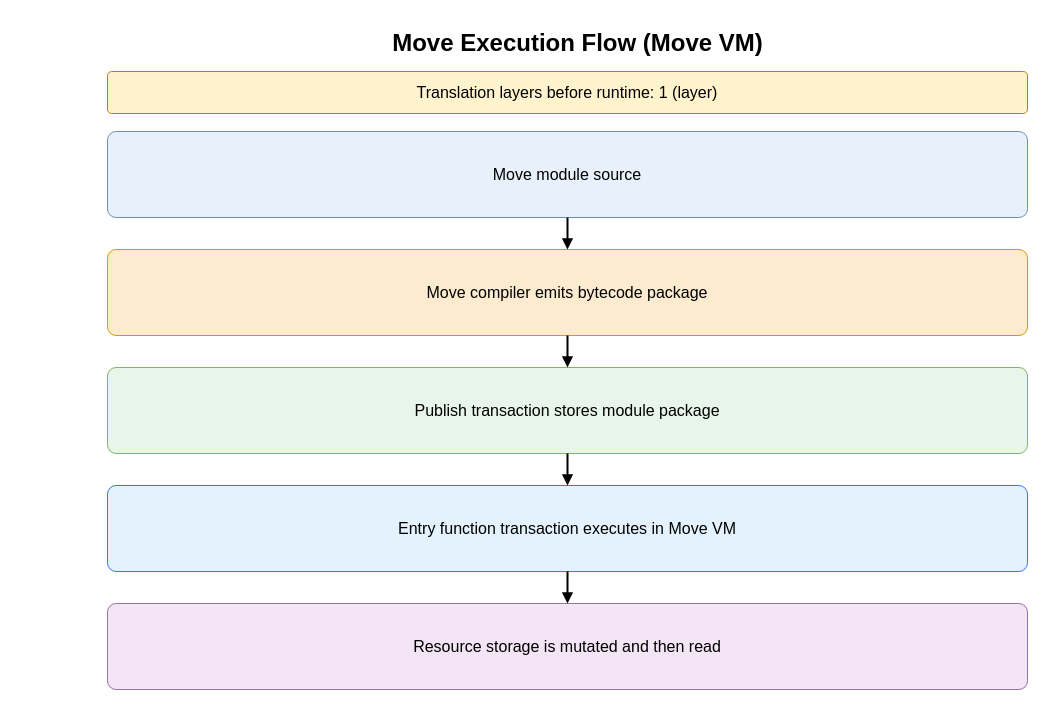
Above: assets/contracting_flows/move_flow.drawio in Endogen/xian-tech-website (draw.io), before the change. Source tidied: cells renumbered, new cells numbered last; positions are measured from the earlier drawing's top-left corner, leaving out a move shared by most shapes. Both pictures are drawn from the tidied source at 100%, with x=0, y=0 at pixel (107, 25).
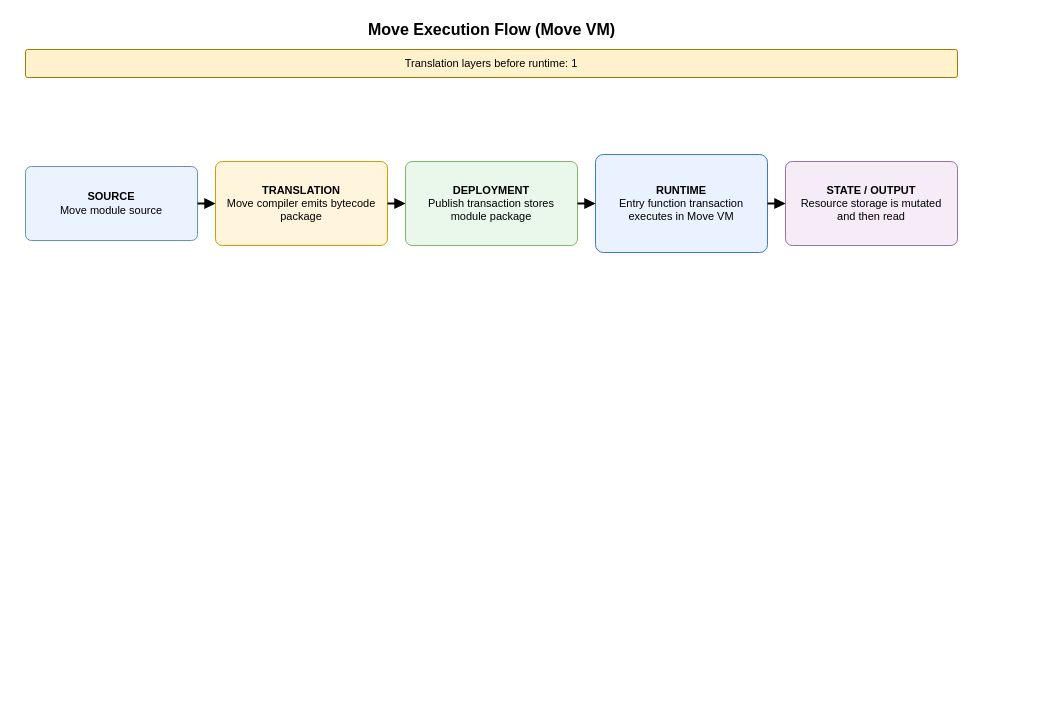
The same page after the edit.

Diff of the diagram source:
```diff
@@
 <mxGraphModel>
   <root>
     <mxCell id="0" />
     <mxCell id="1" parent="0" />
-    <mxCell id="2" value="Move Execution Flow (Move VM)" style="text;html=1;strokeColor=none;fillColor=none;align=center;verticalAlign=middle;fontSize=24;fontStyle=1;" parent="1" vertex="1">
-      <mxGeometry x="40" width="860" height="36" as="geometry" />
+    <mxCell id="2" value="Move Execution Flow (Move VM)" style="text;html=1;strokeColor=none;fillColor=none;align=center;verticalAlign=middle;fontSize=16;fontStyle=1;" parent="1" vertex="1">
+      <mxGeometry x="-90" y="-8" width="948" height="24" as="geometry" />
     </mxCell>
-    <mxCell id="3" value="Translation layers before runtime: 1 (layer)" style="rounded=1;whiteSpace=wrap;html=1;arcSize=10;fillColor=#FFF3CD;strokeColor=#B38600;fontSize=16;" parent="1" vertex="1">
-      <mxGeometry y="46" width="920" height="42" as="geometry" />
+    <mxCell id="3" value="Translation layers before runtime: 1" style="rounded=1;whiteSpace=wrap;html=1;arcSize=8;fillColor=#FFF2CC;strokeColor=#A97700;fontSize=11;align=center;verticalAlign=middle;" parent="1" vertex="1">
+      <mxGeometry x="-82" y="24" width="932" height="28" as="geometry" />
     </mxCell>
-    <mxCell id="4" value="Move module source" style="rounded=1;whiteSpace=wrap;html=1;arcSize=10;fillColor=#E8F1FB;strokeColor=#6C8EBF;fontSize=16;fontStyle=0;" parent="1" vertex="1">
-      <mxGeometry y="106" width="920" height="86" as="geometry" />
-    </mxCell>
-    <mxCell id="5" value="Move compiler emits bytecode package" style="rounded=1;whiteSpace=wrap;html=1;arcSize=10;fillColor=#FDEBD0;strokeColor=#D79B00;fontSize=16;fontStyle=0;" parent="1" vertex="1">
-      <mxGeometry y="224" width="920" height="86" as="geometry" />
-    </mxCell>
-    <mxCell id="6" value="Publish transaction stores module package" style="rounded=1;whiteSpace=wrap;html=1;arcSize=10;fillColor=#E8F5E9;strokeColor=#82B366;fontSize=16;fontStyle=0;" parent="1" vertex="1">
-      <mxGeometry y="342" width="920" height="86" as="geometry" />
-    </mxCell>
-    <mxCell id="7" value="Entry function transaction executes in Move VM" style="rounded=1;whiteSpace=wrap;html=1;arcSize=10;fillColor=#E3F2FD;strokeColor=#3C78D8;fontSize=16;fontStyle=0;" parent="1" vertex="1">
-      <mxGeometry y="460" width="920" height="86" as="geometry" />
-    </mxCell>
-    <mxCell id="8" value="Resource storage is mutated and then read" style="rounded=1;whiteSpace=wrap;html=1;arcSize=10;fillColor=#F3E5F5;strokeColor=#9673A6;fontSize=16;fontStyle=0;" parent="1" vertex="1">
-      <mxGeometry y="578" width="920" height="86" as="geometry" />
-    </mxCell>
+    <mxCell id="13" value="&lt;b&gt;SOURCE&lt;/b&gt;&lt;br&gt;Move module source" style="rounded=1;whiteSpace=wrap;html=1;arcSize=8;fillColor=#EAF3FF;strokeColor=#6C8EBF;fontSize=11;align=center;verticalAlign=middle;spacing=6;" parent="1" vertex="1">
+      <mxGeometry x="-82" y="141" width="172" height="74" as="geometry" />
+    </mxCell>
+    <mxCell id="14" value="&lt;b&gt;TRANSLATION&lt;/b&gt;&lt;br&gt;Move compiler emits bytecode package" style="rounded=1;whiteSpace=wrap;html=1;arcSize=8;fillColor=#FFF4DC;strokeColor=#D79B00;fontSize=11;align=center;verticalAlign=middle;spacing=6;" parent="1" vertex="1">
+      <mxGeometry x="108" y="136" width="172" height="84" as="geometry" />
+    </mxCell>
+    <mxCell id="15" value="&lt;b&gt;DEPLOYMENT&lt;/b&gt;&lt;br&gt;Publish transaction stores module package" style="rounded=1;whiteSpace=wrap;html=1;arcSize=8;fillColor=#EAF8EC;strokeColor=#82B366;fontSize=11;align=center;verticalAlign=middle;spacing=6;" parent="1" vertex="1">
+      <mxGeometry x="298" y="136" width="172" height="84" as="geometry" />
+    </mxCell>
+    <mxCell id="16" value="&lt;b&gt;RUNTIME&lt;/b&gt;&lt;br&gt;Entry function transaction executes in Move VM" style="rounded=1;whiteSpace=wrap;html=1;arcSize=8;fillColor=#EAF1FF;strokeColor=#3C78D8;fontSize=11;align=center;verticalAlign=middle;spacing=6;" parent="1" vertex="1">
+      <mxGeometry x="488" y="129" width="172" height="98" as="geometry" />
+    </mxCell>
+    <mxCell id="17" value="&lt;b&gt;STATE / OUTPUT&lt;/b&gt;&lt;br&gt;Resource storage is mutated and then read" style="rounded=1;whiteSpace=wrap;html=1;arcSize=8;fillColor=#F5ECF8;strokeColor=#9673A6;fontSize=11;align=center;verticalAlign=middle;spacing=6;" parent="1" vertex="1">
+      <mxGeometry x="678" y="136" width="172" height="84" as="geometry" />
+    </mxCell>
-    <mxCell id="9" style="endArrow=block;endFill=1;html=1;rounded=0;strokeWidth=2;edgeStyle=orthogonalEdgeStyle;jettySize=auto;" parent="1" edge="1" source="4" target="5">
+    <mxCell id="9" style="endArrow=block;endFill=1;html=1;rounded=1;strokeWidth=2;edgeStyle=orthogonalEdgeStyle;" parent="1" edge="1" source="13" target="14">
       <mxGeometry relative="1" as="geometry" />
     </mxCell>
-    <mxCell id="10" style="endArrow=block;endFill=1;html=1;rounded=0;strokeWidth=2;edgeStyle=orthogonalEdgeStyle;jettySize=auto;" parent="1" edge="1" source="5" target="6">
+    <mxCell id="10" style="endArrow=block;endFill=1;html=1;rounded=1;strokeWidth=2;edgeStyle=orthogonalEdgeStyle;" parent="1" edge="1" source="14" target="15">
       <mxGeometry relative="1" as="geometry" />
     </mxCell>
-    <mxCell id="11" style="endArrow=block;endFill=1;html=1;rounded=0;strokeWidth=2;edgeStyle=orthogonalEdgeStyle;jettySize=auto;" parent="1" edge="1" source="6" target="7">
+    <mxCell id="11" style="endArrow=block;endFill=1;html=1;rounded=1;strokeWidth=2;edgeStyle=orthogonalEdgeStyle;" parent="1" edge="1" source="15" target="16">
       <mxGeometry relative="1" as="geometry" />
     </mxCell>
-    <mxCell id="12" style="endArrow=block;endFill=1;html=1;rounded=0;strokeWidth=2;edgeStyle=orthogonalEdgeStyle;jettySize=auto;" parent="1" edge="1" source="7" target="8">
+    <mxCell id="12" style="endArrow=block;endFill=1;html=1;rounded=1;strokeWidth=2;edgeStyle=orthogonalEdgeStyle;" parent="1" edge="1" source="16" target="17">
       <mxGeometry relative="1" as="geometry" />
     </mxCell>
   </root>
 </mxGraphModel>
```
